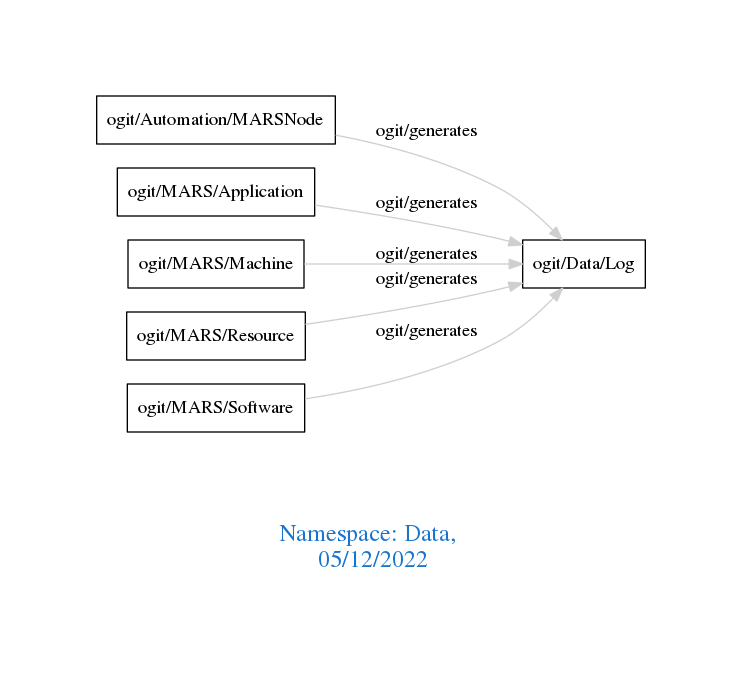
Earlier version of the Graphviz export downloads/Data.png (arago/OGIT). Its source is kept beside it as downloads/Data.dot.
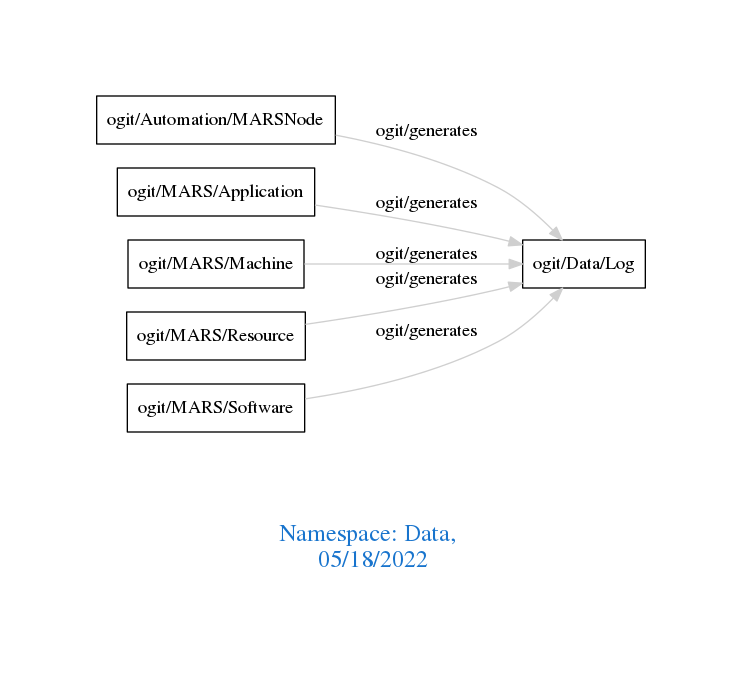
The same file after the commit.

Change to the diagram source:
```diff
@@ -1,7 +1,7 @@
 digraph OGIT_ontology {
  graph [ rankdir= LR,pad=1
 fontsize = 18,
-fontcolor= dodgerblue3,label = "\n\n\nNamespace: Data, \n 05/12/2022"];
+fontcolor= dodgerblue3,label = "\n\n\nNamespace: Data, \n 05/18/2022"];
 node[shape=polygon];
 edge [  color="gray81"];
 
```
